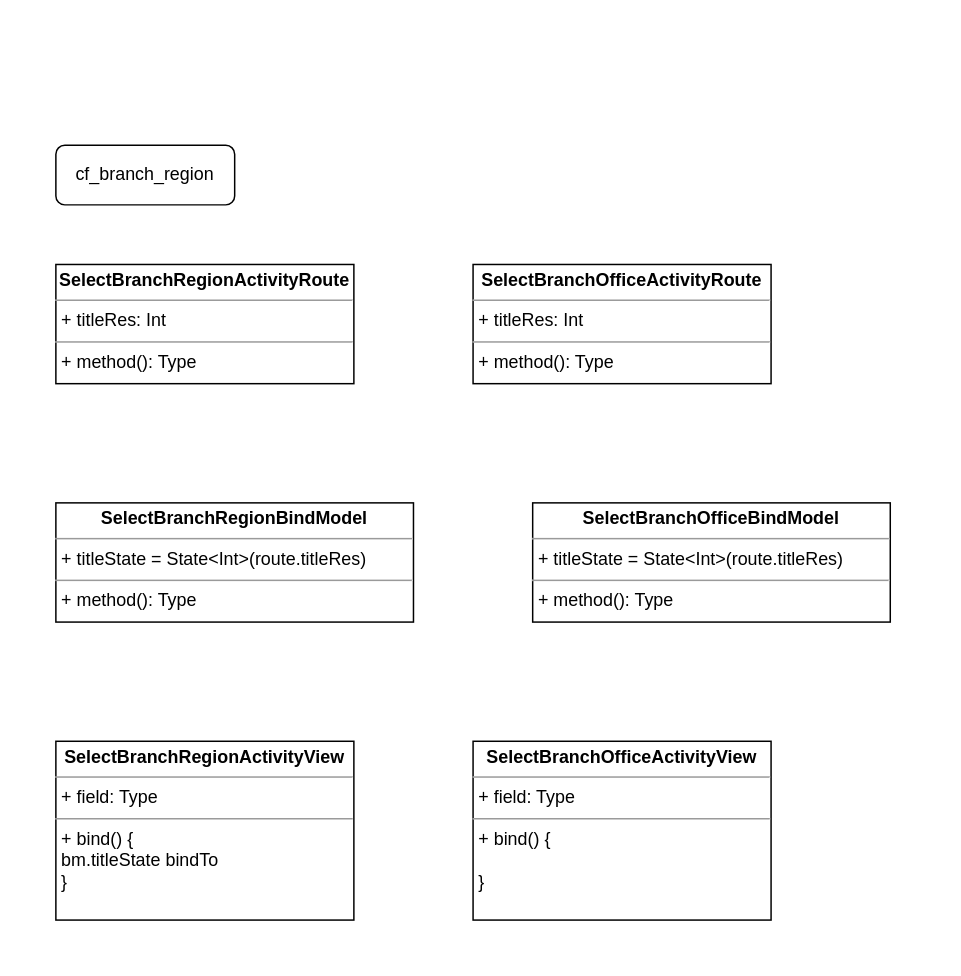
This is UNI-15928.drawio from ShiryaevNikolay/diagrams, a draw.io file, before an edit. Source tidied: cells renumbered, new cells numbered last; positions are measured from the earlier drawing's top-left corner, leaving out a move shared by most shapes. Both pictures are drawn from the tidied source at 149%, with x=0, y=0 at pixel (55, 145).
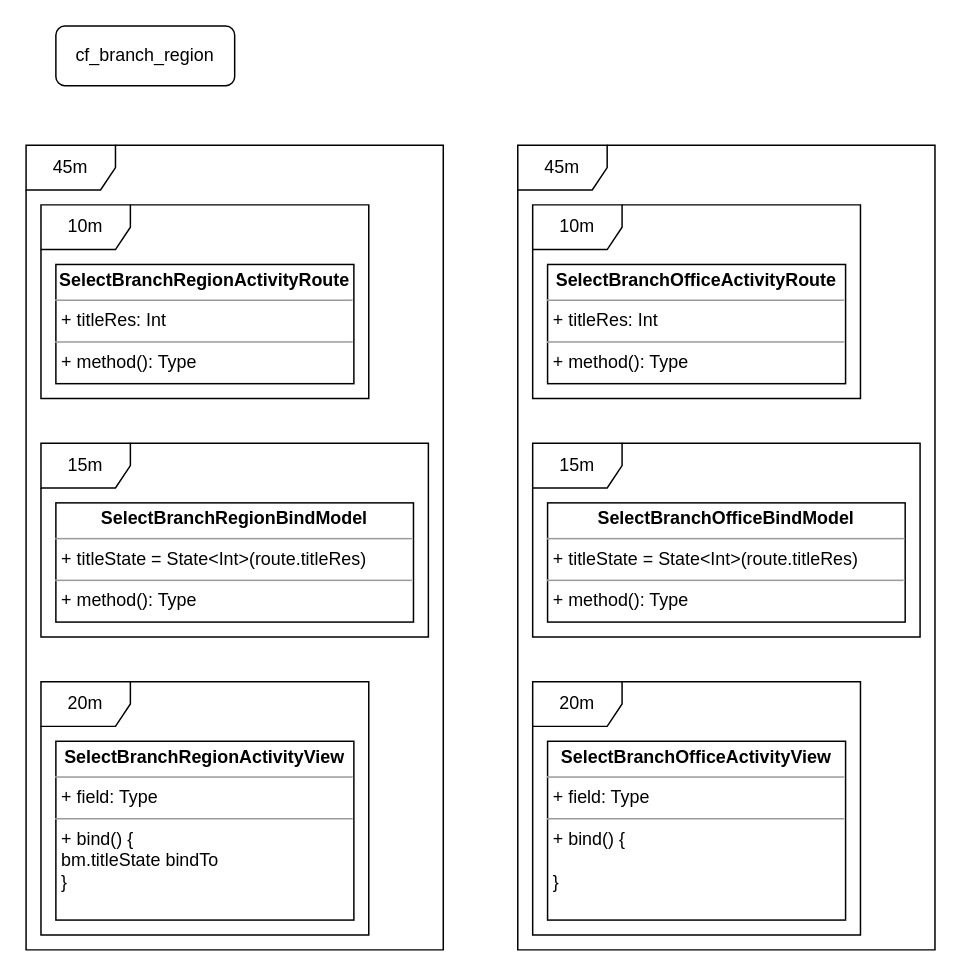
The same diagram, later.

Change to the diagram source:
```diff
@@
 <mxGraphModel>
   <root>
     <mxCell id="0" />
     <mxCell id="1" parent="0" />
     <mxCell id="2" value="cf_branch_region" style="rounded=1;whiteSpace=wrap;html=1;" parent="1" vertex="1">
-      <mxGeometry width="120" height="40" as="geometry" />
+      <mxGeometry y="-80" width="120" height="40" as="geometry" />
     </mxCell>
     <mxCell id="3" value="&lt;p style=&quot;margin: 0px ; margin-top: 4px ; text-align: center&quot;&gt;&lt;b&gt;SelectBranchRegionActivityRoute&lt;/b&gt;&lt;/p&gt;&lt;hr size=&quot;1&quot;&gt;&lt;p style=&quot;margin: 0px ; margin-left: 4px&quot;&gt;+ titleRes: Int&lt;br&gt;&lt;/p&gt;&lt;hr size=&quot;1&quot;&gt;&lt;p style=&quot;margin: 0px ; margin-left: 4px&quot;&gt;+ method(): Type&lt;/p&gt;" style="verticalAlign=top;align=left;overflow=fill;fontSize=12;fontFamily=Helvetica;html=1;" parent="1" vertex="1">
       <mxGeometry y="80" width="200" height="80" as="geometry" />
     </mxCell>
     <mxCell id="4" value="&lt;p style=&quot;margin: 0px ; margin-top: 4px ; text-align: center&quot;&gt;&lt;b&gt;SelectBranchOfficeActivityRoute&lt;/b&gt;&lt;/p&gt;&lt;hr size=&quot;1&quot;&gt;&lt;p style=&quot;margin: 0px ; margin-left: 4px&quot;&gt;+ titleRes: Int&lt;br&gt;&lt;/p&gt;&lt;hr size=&quot;1&quot;&gt;&lt;p style=&quot;margin: 0px ; margin-left: 4px&quot;&gt;+ method(): Type&lt;/p&gt;" style="verticalAlign=top;align=left;overflow=fill;fontSize=12;fontFamily=Helvetica;html=1;" parent="1" vertex="1">
-      <mxGeometry x="280" y="80" width="200" height="80" as="geometry" />
+      <mxGeometry x="330" y="80" width="200" height="80" as="geometry" />
     </mxCell>
     <mxCell id="5" value="&lt;p style=&quot;margin: 0px ; margin-top: 4px ; text-align: center&quot;&gt;&lt;b&gt;SelectBranchRegionBindModel&lt;/b&gt;&lt;/p&gt;&lt;hr size=&quot;1&quot;&gt;&lt;p style=&quot;margin: 0px ; margin-left: 4px&quot;&gt;+ titleState = State&amp;lt;Int&amp;gt;(route.titleRes)&lt;br&gt;&lt;/p&gt;&lt;hr size=&quot;1&quot;&gt;&lt;p style=&quot;margin: 0px ; margin-left: 4px&quot;&gt;+ method(): Type&lt;/p&gt;" style="verticalAlign=top;align=left;overflow=fill;fontSize=12;fontFamily=Helvetica;html=1;" parent="1" vertex="1">
       <mxGeometry y="240" width="240" height="80" as="geometry" />
     </mxCell>
     <mxCell id="6" value="&lt;p style=&quot;margin: 0px ; margin-top: 4px ; text-align: center&quot;&gt;&lt;b&gt;SelectBranchOfficeBindModel&lt;/b&gt;&lt;/p&gt;&lt;hr size=&quot;1&quot;&gt;&lt;p style=&quot;margin: 0px ; margin-left: 4px&quot;&gt;+ titleState = State&amp;lt;Int&amp;gt;(route.titleRes)&lt;br&gt;&lt;/p&gt;&lt;hr size=&quot;1&quot;&gt;&lt;p style=&quot;margin: 0px ; margin-left: 4px&quot;&gt;+ method(): Type&lt;/p&gt;" style="verticalAlign=top;align=left;overflow=fill;fontSize=12;fontFamily=Helvetica;html=1;" parent="1" vertex="1">
-      <mxGeometry x="320" y="240" width="240" height="80" as="geometry" />
+      <mxGeometry x="330" y="240" width="240" height="80" as="geometry" />
     </mxCell>
     <mxCell id="7" value="&lt;p style=&quot;margin: 0px ; margin-top: 4px ; text-align: center&quot;&gt;&lt;b&gt;SelectBranchRegionActivityView&lt;/b&gt;&lt;/p&gt;&lt;hr size=&quot;1&quot;&gt;&lt;p style=&quot;margin: 0px ; margin-left: 4px&quot;&gt;+ field: Type&lt;/p&gt;&lt;hr size=&quot;1&quot;&gt;&lt;p style=&quot;margin: 0px ; margin-left: 4px&quot;&gt;+ bind() {&lt;/p&gt;&lt;p style=&quot;margin: 0px ; margin-left: 4px&quot;&gt;bm.titleState bindTo&lt;br&gt;&lt;/p&gt;&lt;p style=&quot;margin: 0px ; margin-left: 4px&quot;&gt;}&lt;br&gt;&lt;/p&gt;" style="verticalAlign=top;align=left;overflow=fill;fontSize=12;fontFamily=Helvetica;html=1;" parent="1" vertex="1">
       <mxGeometry y="400" width="200" height="120" as="geometry" />
     </mxCell>
     <mxCell id="8" value="&lt;p style=&quot;margin: 0px ; margin-top: 4px ; text-align: center&quot;&gt;&lt;b&gt;SelectBranchOfficeActivityView&lt;/b&gt;&lt;/p&gt;&lt;hr size=&quot;1&quot;&gt;&lt;p style=&quot;margin: 0px ; margin-left: 4px&quot;&gt;+ field: Type&lt;/p&gt;&lt;hr size=&quot;1&quot;&gt;&lt;p style=&quot;margin: 0px ; margin-left: 4px&quot;&gt;+ bind() {&lt;/p&gt;&lt;p style=&quot;margin: 0px ; margin-left: 4px&quot;&gt;&lt;br&gt;&lt;/p&gt;&lt;p style=&quot;margin: 0px ; margin-left: 4px&quot;&gt;}&lt;br&gt;&lt;/p&gt;" style="verticalAlign=top;align=left;overflow=fill;fontSize=12;fontFamily=Helvetica;html=1;" parent="1" vertex="1">
-      <mxGeometry x="280" y="400" width="200" height="120" as="geometry" />
+      <mxGeometry x="330" y="400" width="200" height="120" as="geometry" />
     </mxCell>
+    <mxCell id="9" value="10m" style="shape=umlFrame;whiteSpace=wrap;html=1;" parent="1" vertex="1">
+      <mxGeometry x="-10" y="40" width="220" height="130" as="geometry" />
+    </mxCell>
+    <mxCell id="10" value="10m" style="shape=umlFrame;whiteSpace=wrap;html=1;" parent="1" vertex="1">
+      <mxGeometry x="320" y="40" width="220" height="130" as="geometry" />
+    </mxCell>
+    <mxCell id="11" value="15m" style="shape=umlFrame;whiteSpace=wrap;html=1;" parent="1" vertex="1">
+      <mxGeometry x="-10" y="200" width="260" height="130" as="geometry" />
+    </mxCell>
+    <mxCell id="12" value="15m" style="shape=umlFrame;whiteSpace=wrap;html=1;" parent="1" vertex="1">
+      <mxGeometry x="320" y="200" width="260" height="130" as="geometry" />
+    </mxCell>
+    <mxCell id="13" value="20m" style="shape=umlFrame;whiteSpace=wrap;html=1;" parent="1" vertex="1">
+      <mxGeometry x="-10" y="360" width="220" height="170" as="geometry" />
+    </mxCell>
+    <mxCell id="14" value="20m" style="shape=umlFrame;whiteSpace=wrap;html=1;" parent="1" vertex="1">
+      <mxGeometry x="320" y="360" width="220" height="170" as="geometry" />
+    </mxCell>
+    <mxCell id="15" value="45m" style="shape=umlFrame;whiteSpace=wrap;html=1;" parent="1" vertex="1">
+      <mxGeometry x="-20" width="280" height="540" as="geometry" />
+    </mxCell>
+    <mxCell id="16" value="45m" style="shape=umlFrame;whiteSpace=wrap;html=1;" parent="1" vertex="1">
+      <mxGeometry x="310" width="280" height="540" as="geometry" />
+    </mxCell>
   </root>
 </mxGraphModel>
```
